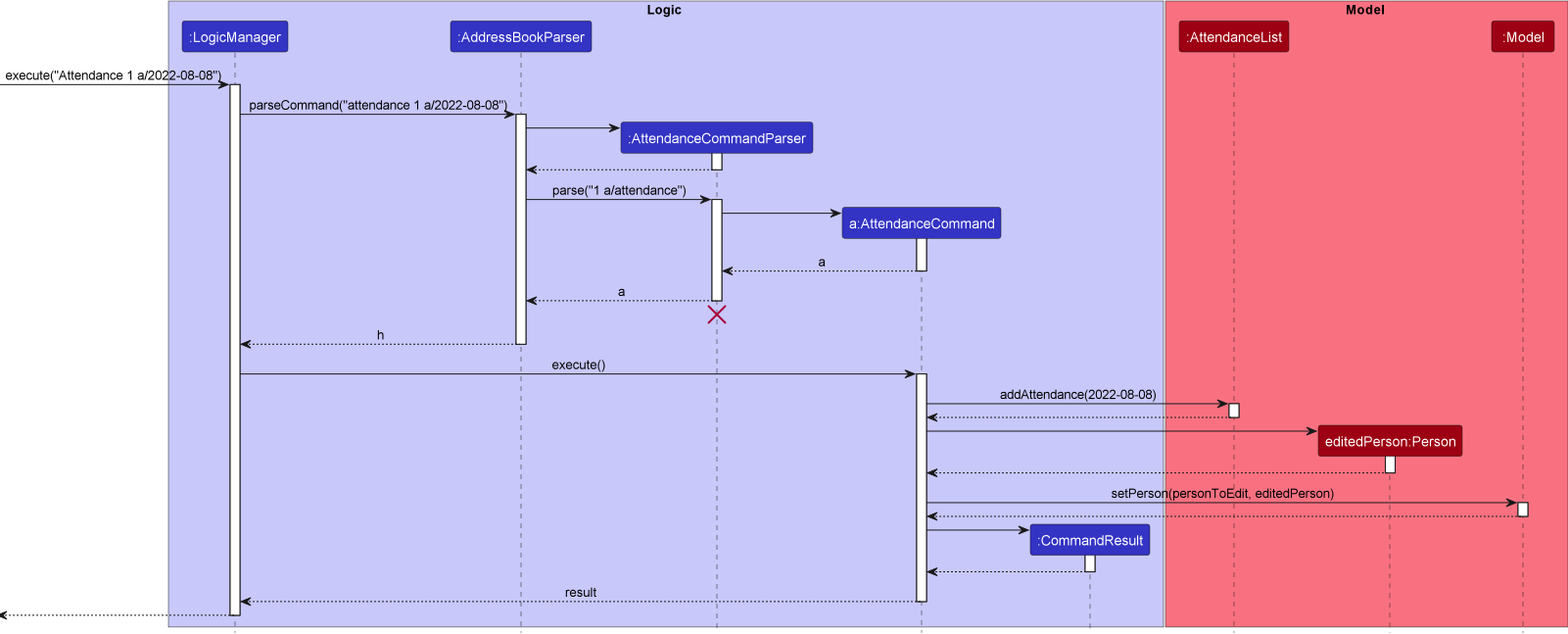
The PlantUML diagram docs/images/AttendanceSequenceDiagram.png in nus-cs2103-AY2223S1/tp, before a commit. Its source is kept beside it as docs/diagrams/AttendanceSequenceDiagram.puml. Its diagram source:
```plantuml
@startuml
!include style.puml

box Logic LOGIC_COLOR_T1
participant ":LogicManager" as LogicManager LOGIC_COLOR
participant ":AddressBookParser" as AddressBookParser LOGIC_COLOR
participant ":AttendanceCommandParser" as AttendanceCommandParser LOGIC_COLOR
participant "a:AttendanceCommand" as AttendanceCommand LOGIC_COLOR
participant ":CommandResult" as CommandResult LOGIC_COLOR
end box

box Model MODEL_COLOR_T1
participant ":AttendanceList" as AttendanceList MODEL_COLOR
participant "editedPerson:Person" as Person MODEL_COLOR
participant ":Model" as Model MODEL_COLOR
end box

[-> LogicManager : execute("Attendance 1 a/2022-08-08")
activate LogicManager

LogicManager -> AddressBookParser : parseCommand("attendance 1 a/2022-08-08")
activate AddressBookParser

create AttendanceCommandParser
AddressBookParser -> AttendanceCommandParser
activate AttendanceCommandParser

AttendanceCommandParser --> AddressBookParser
deactivate AttendanceCommandParser

AddressBookParser -> AttendanceCommandParser : parse("1 a/attendance")
activate AttendanceCommandParser

create AttendanceCommand
AttendanceCommandParser -> AttendanceCommand
activate AttendanceCommand

AttendanceCommand --> AttendanceCommandParser : a
deactivate AttendanceCommand

AttendanceCommandParser --> AddressBookParser : a
deactivate AttendanceCommandParser
AttendanceCommandParser -[hidden]-> AddressBookParser
destroy AttendanceCommandParser

AddressBookParser --> LogicManager : h
deactivate AddressBookParser

LogicManager -> AttendanceCommand : execute()
activate AttendanceCommand

AttendanceCommand -> AttendanceList : addAttendance(2022-08-08)
activate AttendanceList

AttendanceList --> AttendanceCommand
deactivate AttendanceList

create Person
AttendanceCommand -> Person
activate Person

Person --> AttendanceCommand
deactivate Person

AttendanceCommand -> Model : setPerson(personToEdit, editedPerson)
activate Model

Model --> AttendanceCommand
deactivate Model

create CommandResult
AttendanceCommand -> CommandResult
activate CommandResult

CommandResult --> AttendanceCommand
deactivate CommandResult

AttendanceCommand --> LogicManager : result
deactivate AttendanceCommand

[<--LogicManager
deactivate LogicManager
@enduml
```
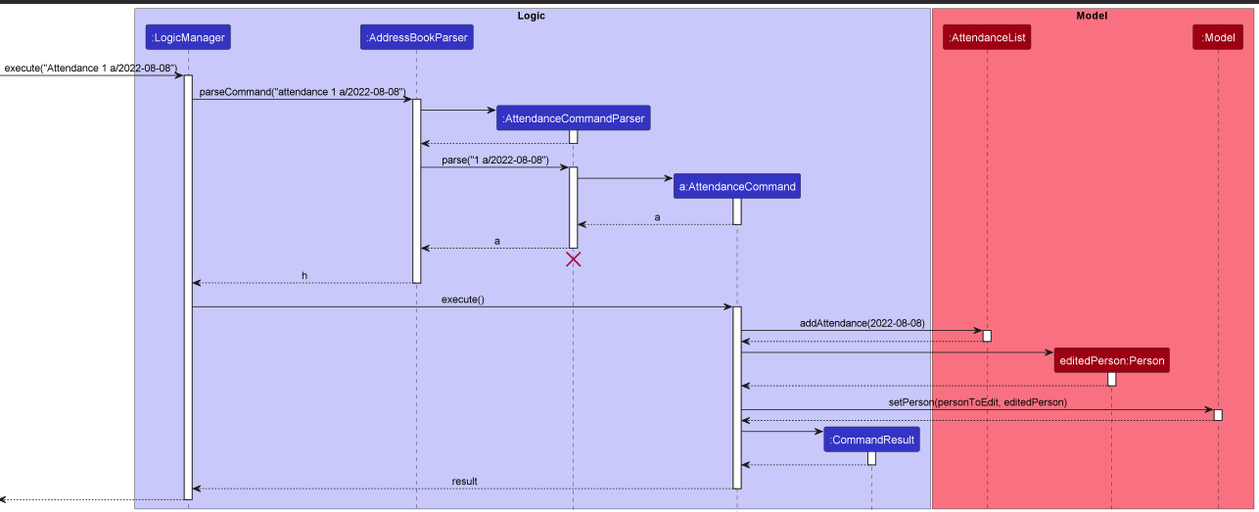
Above is the later version.

What changed in the source:
```diff
@@ -28,7 +28,7 @@
 AttendanceCommandParser --> AddressBookParser
 deactivate AttendanceCommandParser
 
-AddressBookParser -> AttendanceCommandParser : parse("1 a/attendance")
+AddressBookParser -> AttendanceCommandParser : parse("1 a/2022-08-08")
 activate AttendanceCommandParser
 
 create AttendanceCommand
```
